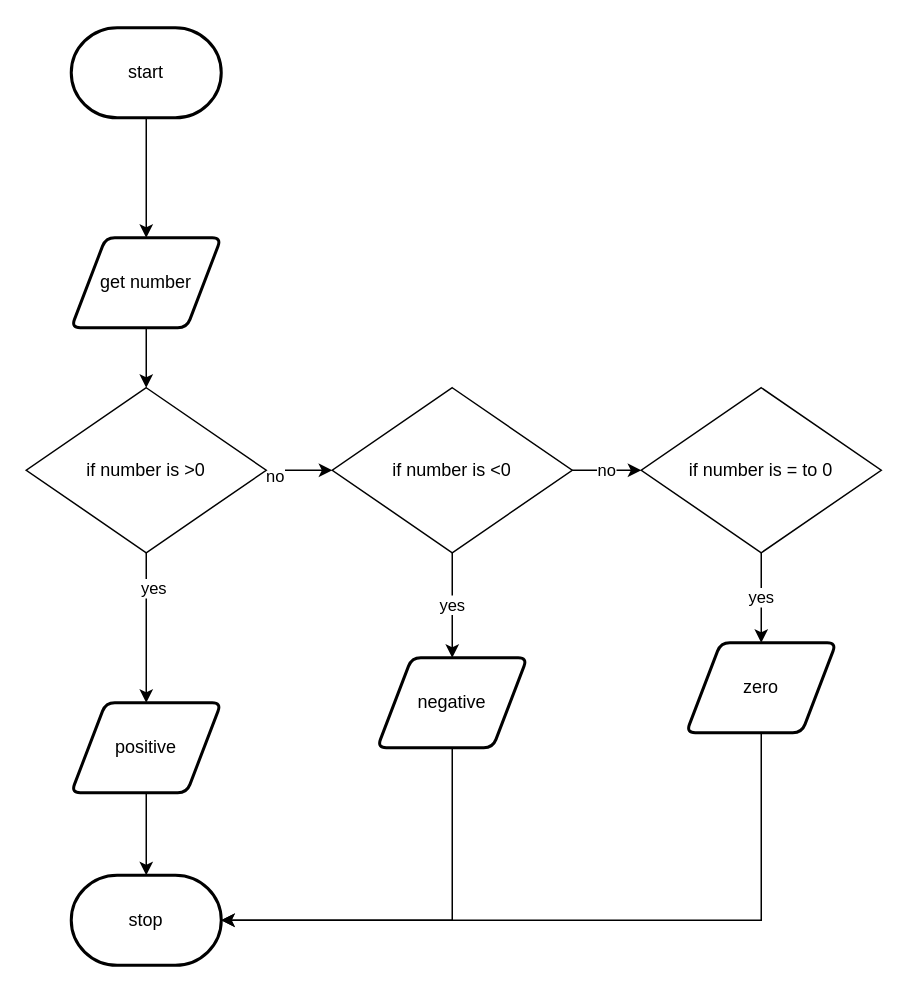
Earlier version of the draw.io diagram flow.drawio (devin-jhu/ICS3U-Unit3-04-Python). Source tidied: cells renumbered, new cells numbered last; positions are measured from the earlier drawing's top-left corner, leaving out a move shared by most shapes. Both pictures are drawn from the tidied source at 150%, with x=0, y=0 at pixel (26, 27).
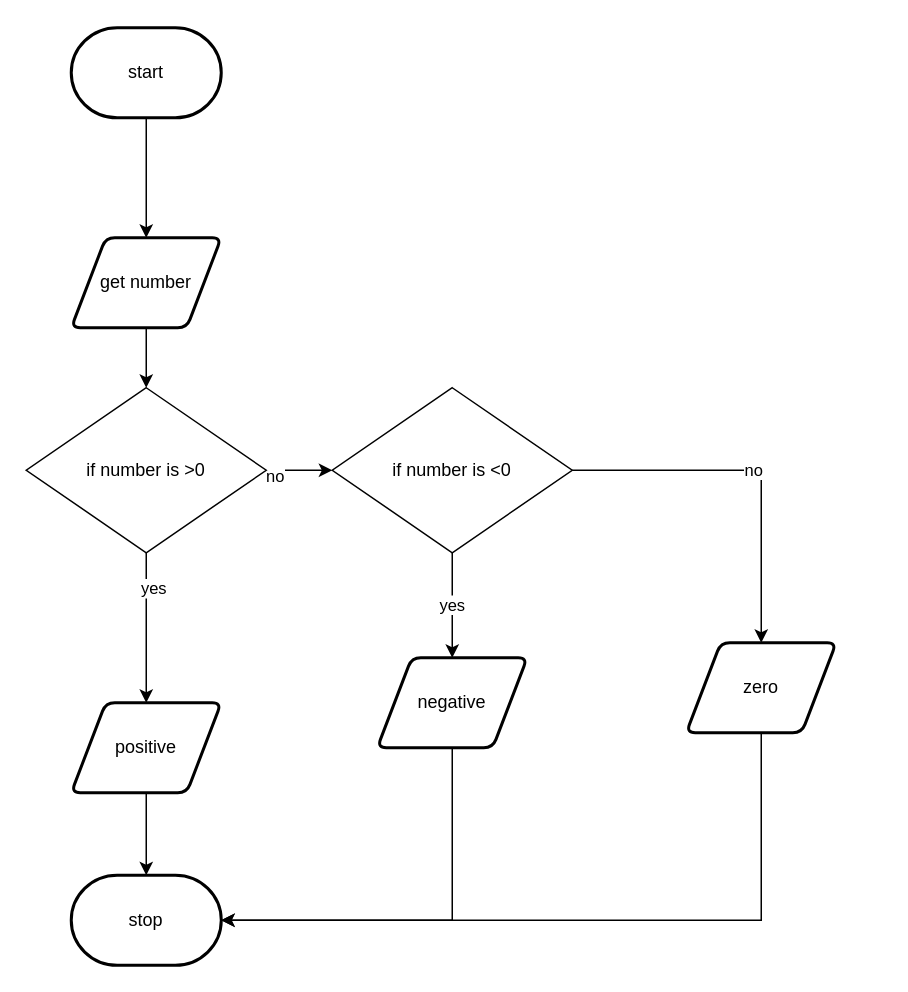
The same diagram, later.

Unchanged cells that the change refers to:
```xml
<mxCell id="16" value="&lt;span&gt;if number is &amp;lt;0&lt;/span&gt;" style="rhombus;whiteSpace=wrap;html=1;" parent="1" vertex="1">
  <mxGeometry x="204" y="240" width="160" height="110" as="geometry" />
</mxCell>
<mxCell id="20" value="zero" style="shape=parallelogram;html=1;strokeWidth=2;perimeter=parallelogramPerimeter;whiteSpace=wrap;rounded=1;arcSize=12;size=0.23;" parent="1" vertex="1">
  <mxGeometry x="440" y="410" width="100" height="60" as="geometry" />
</mxCell>
```

Diff of the diagram source:
```diff
@@
-    <mxCell id="15" value="no" style="edgeStyle=none;html=1;exitX=1;exitY=0.5;exitDx=0;exitDy=0;entryX=0;entryY=0.5;entryDx=0;entryDy=0;" parent="1" edge="1" source="16" target="18">
-      <mxGeometry relative="1" as="geometry" />
+    <mxCell id="15" value="no" style="edgeStyle=none;html=1;exitX=1;exitY=0.5;exitDx=0;exitDy=0;entryX=0.5;entryY=0;entryDx=0;entryDy=0;rounded=0;" parent="1" edge="1" source="16" target="20">
+      <mxGeometry relative="1" as="geometry">
+        <Array as="points">
+          <mxPoint x="490" y="295" />
+        </Array>
+      </mxGeometry>
     </mxCell>
@@
-    <mxCell id="17" value="yes" style="edgeStyle=none;html=1;exitX=0.5;exitY=1;exitDx=0;exitDy=0;entryX=0.5;entryY=0;entryDx=0;entryDy=0;" parent="1" edge="1" source="18" target="20">
-      <mxGeometry relative="1" as="geometry" />
-    </mxCell>
-    <mxCell id="18" value="&lt;span&gt;if number is = to 0&lt;/span&gt;" style="rhombus;whiteSpace=wrap;html=1;" parent="1" vertex="1">
-      <mxGeometry x="410" y="240" width="160" height="110" as="geometry" />
-    </mxCell>
```
